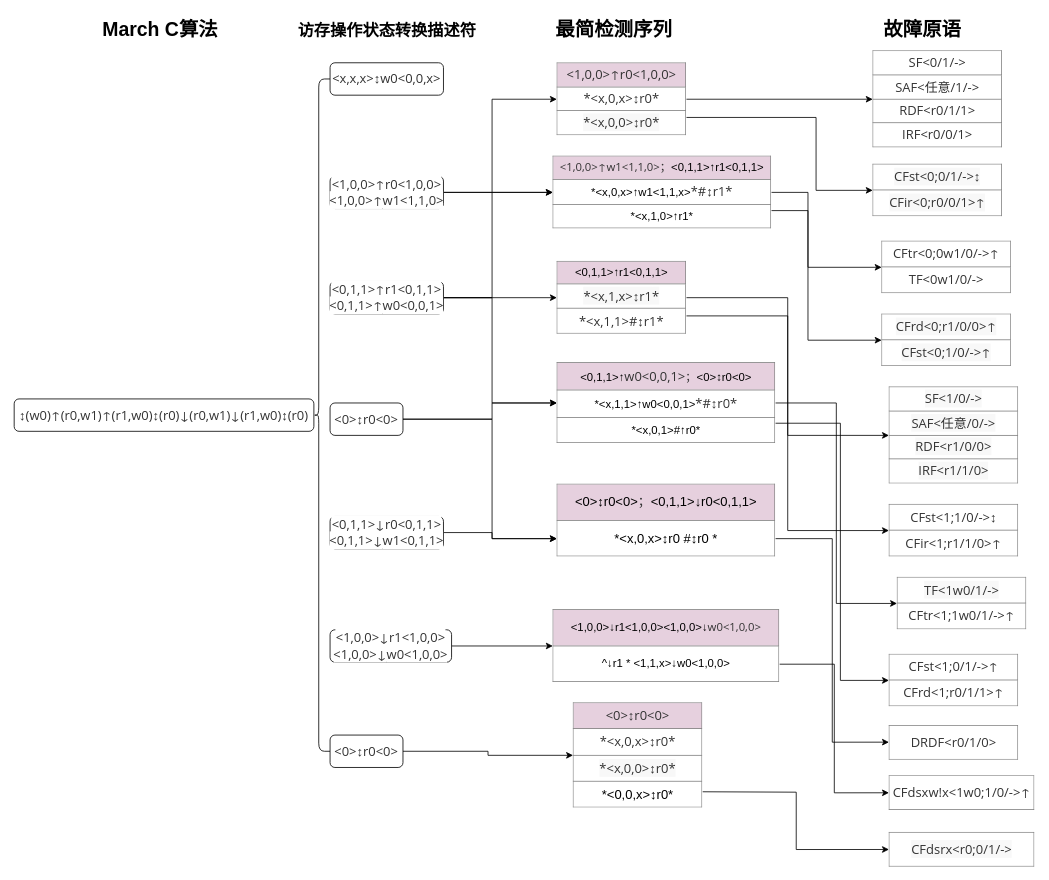
Above: doc/march c检测故障.drawio in shanshan-lu/homwork (draw.io), before the change. Source tidied: cells renumbered, new cells numbered last; positions are measured from the earlier drawing's top-left corner, leaving out a move shared by most shapes. Both pictures are drawn from the tidied source at 81%, with x=0, y=0 at pixel (14, 14).
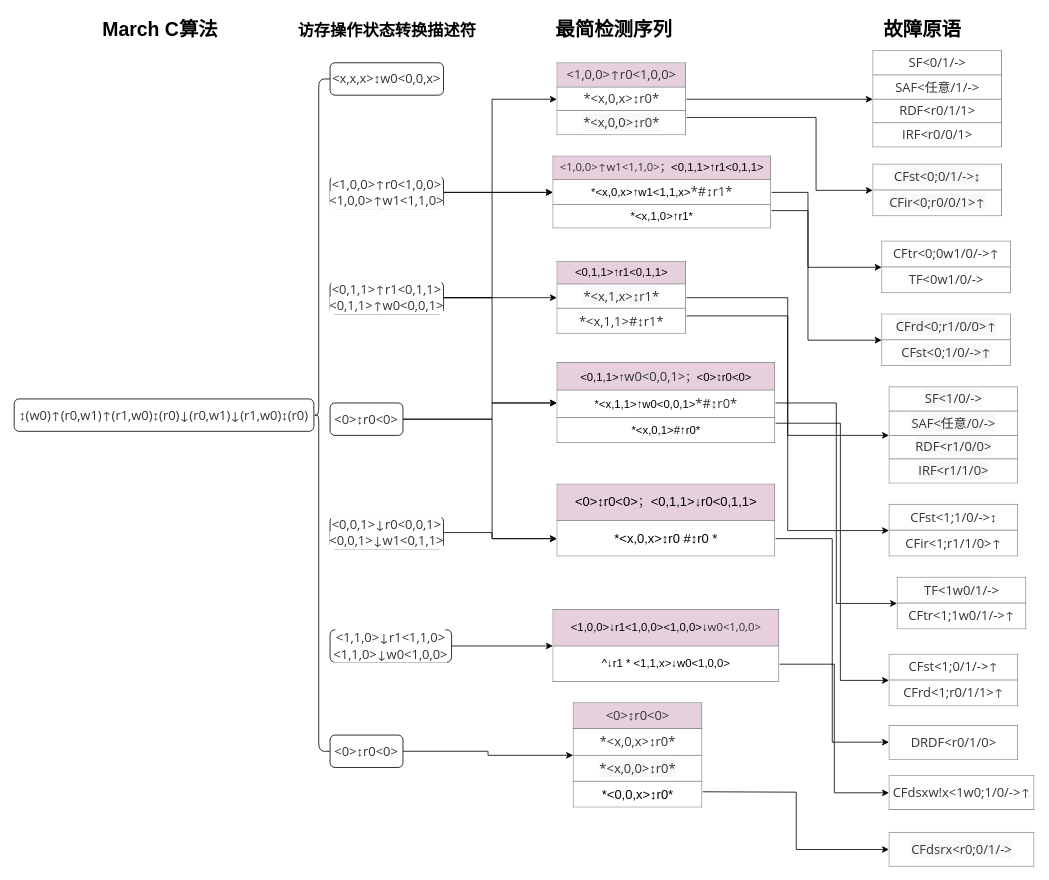
After the change.

Commit message:
更新march c检测故障.drawio

Diff of the diagram source:
```diff
@@
-    <mxCell id="34" value="&lt;span style=&quot;color: rgb(51, 51, 51); font-family: &amp;quot;Open Sans&amp;quot;, &amp;quot;Clear Sans&amp;quot;, &amp;quot;Helvetica Neue&amp;quot;, Helvetica, Arial, sans-serif; font-size: 16px; orphans: 4; text-align: left; background-color: rgb(255, 255, 255);&quot;&gt;&amp;lt;0,1,1&amp;gt;↓r0&amp;lt;0,1,1&amp;gt;&lt;br&gt;&lt;/span&gt;&lt;span style=&quot;color: rgb(51, 51, 51); font-family: &amp;quot;Open Sans&amp;quot;, &amp;quot;Clear Sans&amp;quot;, &amp;quot;Helvetica Neue&amp;quot;, Helvetica, Arial, sans-serif; font-size: 16px; orphans: 4; text-align: left; background-color: rgb(255, 255, 255);&quot;&gt;&amp;lt;0,1,1&amp;gt;↓&lt;/span&gt;&lt;span style=&quot;color: rgb(51, 51, 51); font-family: &amp;quot;Open Sans&amp;quot;, &amp;quot;Clear Sans&amp;quot;, &amp;quot;Helvetica Neue&amp;quot;, Helvetica, Arial, sans-serif; font-size: 16px; orphans: 4; text-align: left; background-color: rgb(255, 255, 255);&quot;&gt;w1&amp;lt;0,1,1&amp;gt;&lt;/span&gt;" style="rounded=1;whiteSpace=wrap;html=1;glass=0;" parent="1" vertex="1">
+    <mxCell id="34" value="&lt;span style=&quot;color: rgb(51, 51, 51); font-family: &amp;quot;Open Sans&amp;quot;, &amp;quot;Clear Sans&amp;quot;, &amp;quot;Helvetica Neue&amp;quot;, Helvetica, Arial, sans-serif; font-size: 16px; orphans: 4; text-align: left; background-color: rgb(255, 255, 255);&quot;&gt;&amp;lt;0,0,1&amp;gt;↓r0&amp;lt;0,0,1&amp;gt;&lt;br&gt;&lt;/span&gt;&lt;span style=&quot;color: rgb(51, 51, 51); font-family: &amp;quot;Open Sans&amp;quot;, &amp;quot;Clear Sans&amp;quot;, &amp;quot;Helvetica Neue&amp;quot;, Helvetica, Arial, sans-serif; font-size: 16px; orphans: 4; text-align: left; background-color: rgb(255, 255, 255);&quot;&gt;&amp;lt;0,0,1&amp;gt;↓&lt;/span&gt;&lt;span style=&quot;color: rgb(51, 51, 51); font-family: &amp;quot;Open Sans&amp;quot;, &amp;quot;Clear Sans&amp;quot;, &amp;quot;Helvetica Neue&amp;quot;, Helvetica, Arial, sans-serif; font-size: 16px; orphans: 4; text-align: left; background-color: rgb(255, 255, 255);&quot;&gt;w1&amp;lt;0,1,1&amp;gt;&lt;/span&gt;" style="rounded=1;whiteSpace=wrap;html=1;glass=0;" parent="1" vertex="1">
       <mxGeometry x="390" y="620" width="140" height="40" as="geometry" />
     </mxCell>
@@
-    <mxCell id="36" value="&lt;span style=&quot;color: rgb(51, 51, 51); font-family: &amp;quot;Open Sans&amp;quot;, &amp;quot;Clear Sans&amp;quot;, &amp;quot;Helvetica Neue&amp;quot;, Helvetica, Arial, sans-serif; font-size: 16px; orphans: 4; text-align: left; background-color: rgb(255, 255, 255);&quot;&gt;&amp;lt;1,0,0&amp;gt;↓r1&amp;lt;1,0,0&amp;gt;&lt;br&gt;&lt;/span&gt;&lt;span style=&quot;color: rgb(51, 51, 51); font-family: &amp;quot;Open Sans&amp;quot;, &amp;quot;Clear Sans&amp;quot;, &amp;quot;Helvetica Neue&amp;quot;, Helvetica, Arial, sans-serif; font-size: 16px; orphans: 4; text-align: left; background-color: rgb(255, 255, 255);&quot;&gt;&amp;lt;1,0,0&amp;gt;↓&lt;/span&gt;&lt;span style=&quot;color: rgb(51, 51, 51); font-family: &amp;quot;Open Sans&amp;quot;, &amp;quot;Clear Sans&amp;quot;, &amp;quot;Helvetica Neue&amp;quot;, Helvetica, Arial, sans-serif; font-size: 16px; orphans: 4; text-align: left; background-color: rgb(255, 255, 255);&quot;&gt;w0&amp;lt;1,0,0&amp;gt;&lt;/span&gt;" style="rounded=1;whiteSpace=wrap;html=1;glass=0;" parent="1" vertex="1">
+    <mxCell id="36" value="&lt;span style=&quot;color: rgb(51, 51, 51); font-family: &amp;quot;Open Sans&amp;quot;, &amp;quot;Clear Sans&amp;quot;, &amp;quot;Helvetica Neue&amp;quot;, Helvetica, Arial, sans-serif; font-size: 16px; orphans: 4; text-align: left; background-color: rgb(255, 255, 255);&quot;&gt;&amp;lt;1,1,0&amp;gt;↓r1&amp;lt;1,1,0&amp;gt;&lt;br&gt;&lt;/span&gt;&lt;span style=&quot;color: rgb(51, 51, 51); font-family: &amp;quot;Open Sans&amp;quot;, &amp;quot;Clear Sans&amp;quot;, &amp;quot;Helvetica Neue&amp;quot;, Helvetica, Arial, sans-serif; font-size: 16px; orphans: 4; text-align: left; background-color: rgb(255, 255, 255);&quot;&gt;&amp;lt;1,1,0&amp;gt;↓&lt;/span&gt;&lt;span style=&quot;color: rgb(51, 51, 51); font-family: &amp;quot;Open Sans&amp;quot;, &amp;quot;Clear Sans&amp;quot;, &amp;quot;Helvetica Neue&amp;quot;, Helvetica, Arial, sans-serif; font-size: 16px; orphans: 4; text-align: left; background-color: rgb(255, 255, 255);&quot;&gt;w0&amp;lt;1,0,0&amp;gt;&lt;/span&gt;" style="rounded=1;whiteSpace=wrap;html=1;glass=0;" parent="1" vertex="1">
       <mxGeometry x="390" y="760" width="150" height="40" as="geometry" />
     </mxCell>
```
